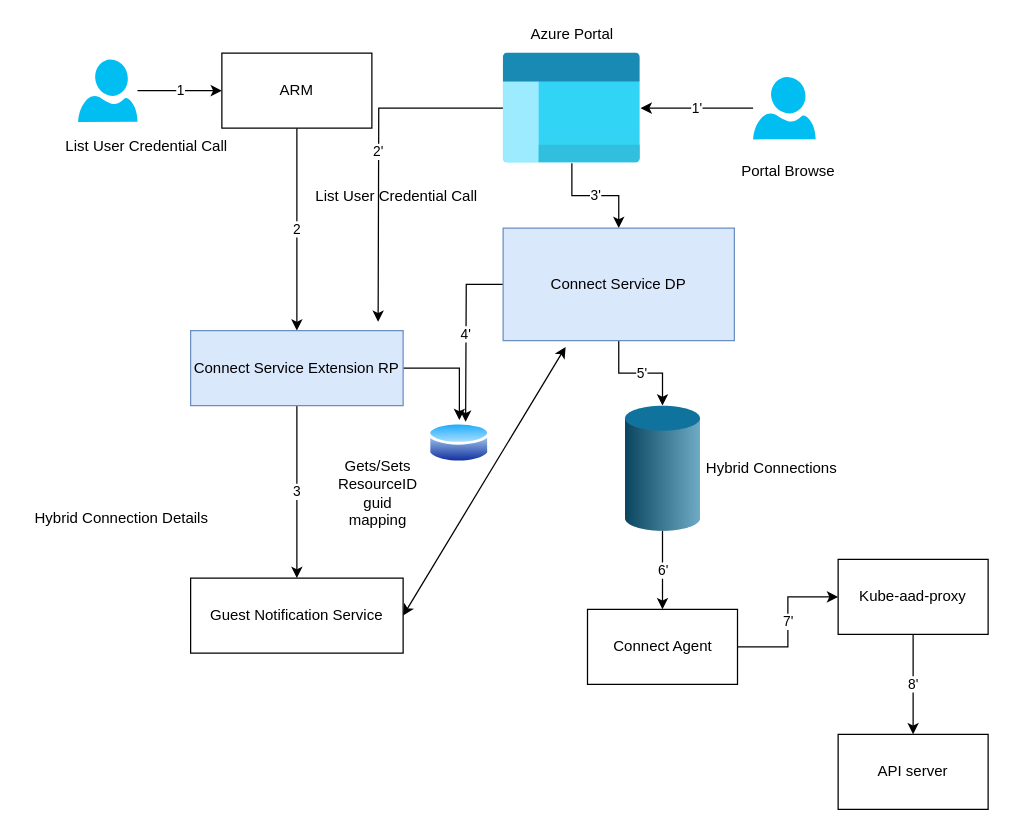
The draw.io diagram Untitled Diagram.drawio in khandelwalbrijesh/RetentionScript, before the edit. Source tidied: cells renumbered, new cells numbered last; positions are measured from the earlier drawing's top-left corner, leaving out a move shared by most shapes. Both pictures are drawn from the tidied source at 125%, with x=0, y=0 at pixel (21, 21).
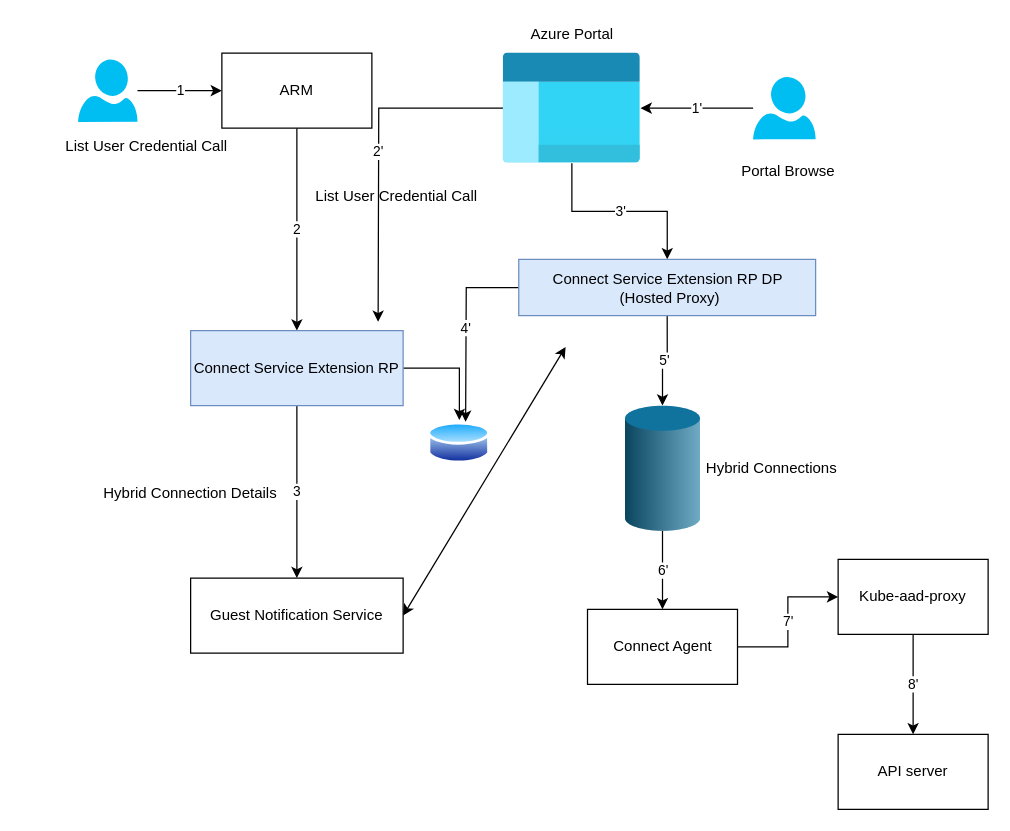
Above is the later version.

The edit, as a diff of the source:
```diff
@@
     <mxCell id="10" value="Hybrid Connection Details" style="text;html=1;strokeColor=none;fillColor=none;align=center;verticalAlign=middle;whiteSpace=wrap;rounded=0;" parent="1" vertex="1">
-      <mxGeometry y="387" width="160" height="20" as="geometry" />
+      <mxGeometry x="55" y="367" width="160" height="20" as="geometry" />
     </mxCell>
@@
-    <mxCell id="23" value="Connect Service DP" style="rounded=0;whiteSpace=wrap;html=1;fillColor=#dae8fc;strokeColor=#6c8ebf;" parent="1" vertex="1">
-      <mxGeometry x="385" y="165" width="185" height="90" as="geometry" />
+    <mxCell id="23" value="Connect Service Extension RP DP&lt;br&gt;&amp;nbsp;(Hosted Proxy)" style="rounded=0;whiteSpace=wrap;html=1;fillColor=#dae8fc;strokeColor=#6c8ebf;" parent="1" vertex="1">
+      <mxGeometry x="397.5" y="190" width="237.5" height="45" as="geometry" />
     </mxCell>
@@
-    <mxCell id="32" value="Gets/Sets ResourceID guid mapping" style="text;html=1;strokeColor=none;fillColor=none;align=center;verticalAlign=middle;whiteSpace=wrap;rounded=0;" parent="1" vertex="1">
-      <mxGeometry x="265" y="367" width="40" height="20" as="geometry" />
-    </mxCell>
```
